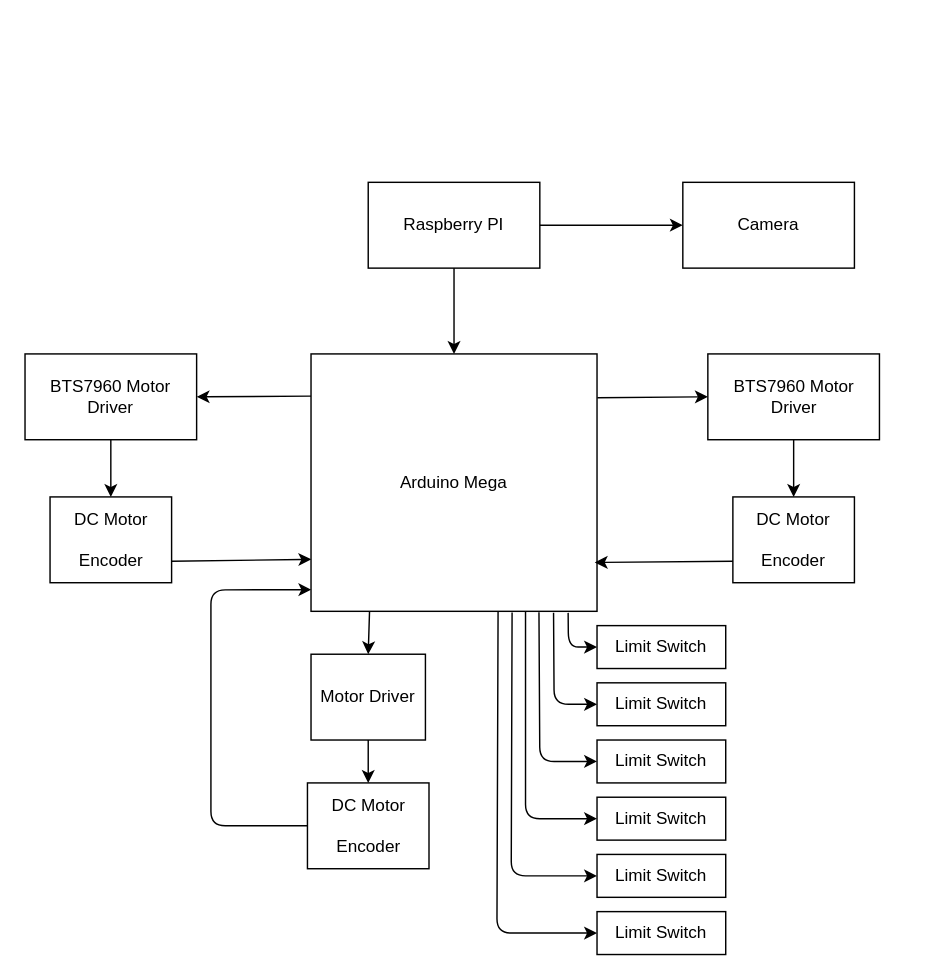
The draw.io diagram Arduino_Mega_Shield/Electric shematic.drawio in JVCDLC/Star-Track, before the edit. Source tidied: cells renumbered, new cells numbered last; positions are measured from the earlier drawing's top-left corner, leaving out a move shared by most shapes. Both pictures are drawn from the tidied source at 143%, with x=0, y=0 at pixel (24, 182).
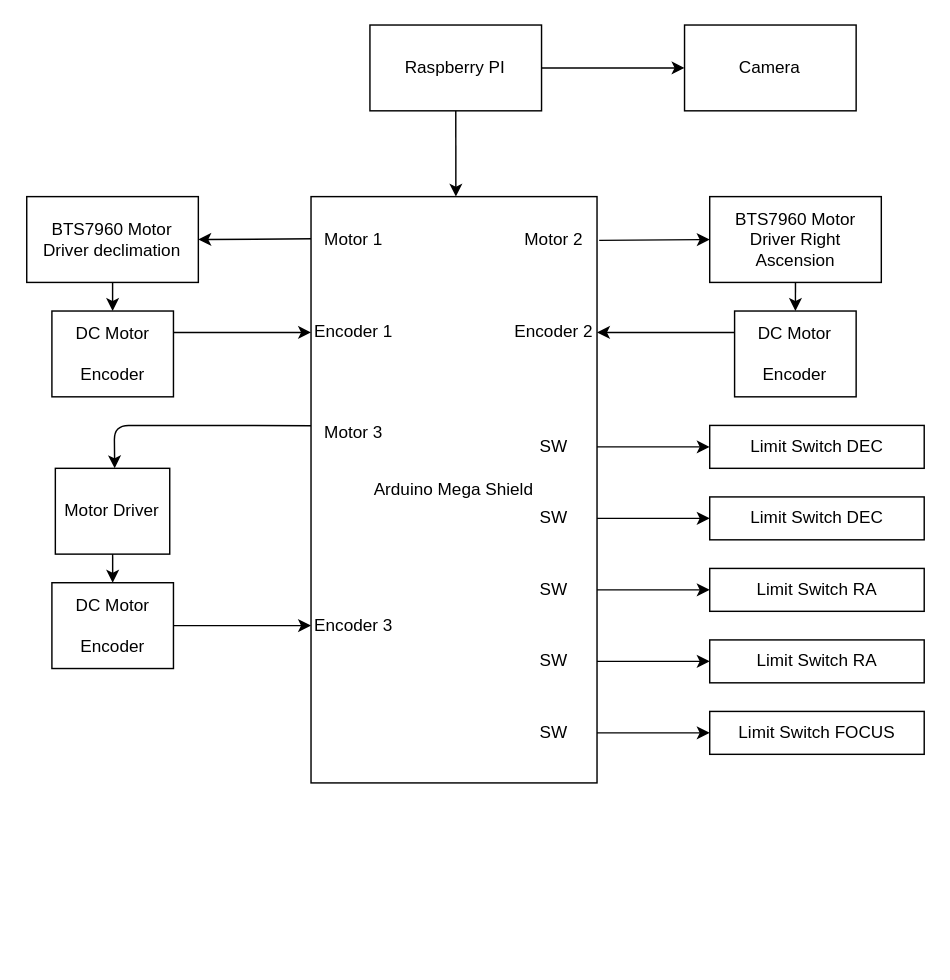
The same diagram, later.

Commit message (it also covers changes not shown here):
Revise draw.io schematic: layout & components

Update Electric shematic.drawio: reorganize component geometry and edges, reposition Raspberry Pi and Camera, rename/expand the Arduino block to "Arduino Mega Shield", specify BTS7960 motor drivers (RA and declination), add DC motors and encoders, add and label multiple limit switches and switch nodes, and refine connector/point positions to improve clarity of the diagram.

Diff of the diagram source:
```diff
@@
-    <mxCell id="3" style="edgeStyle=none;html=1;" parent="1" edge="1" source="4" target="15">
-      <mxGeometry relative="1" as="geometry" />
+    <mxCell id="3" style="edgeStyle=none;html=1;" parent="1" edge="1" source="4">
+      <mxGeometry relative="1" as="geometry">
+        <mxPoint x="301.3" y="10" as="targetPoint" />
+      </mxGeometry>
     </mxCell>
     <mxCell id="4" value="Raspberry PI" style="rounded=0;whiteSpace=wrap;html=1;" parent="1" vertex="1">
-      <mxGeometry x="240" width="120" height="60" as="geometry" />
+      <mxGeometry x="241.2" y="-110" width="120" height="60" as="geometry" />
     </mxCell>
     <mxCell id="5" value="Camera" style="rounded=0;whiteSpace=wrap;html=1;" parent="1" vertex="1">
-      <mxGeometry x="460" width="120" height="60" as="geometry" />
+      <mxGeometry x="461.2" y="-110" width="120" height="60" as="geometry" />
     </mxCell>
-    <mxCell id="6" style="edgeStyle=none;html=1;entryX=1;entryY=0.5;entryDx=0;entryDy=0;exitX=0;exitY=0.164;exitDx=0;exitDy=0;exitPerimeter=0;" parent="1" edge="1" source="15" target="20">
-      <mxGeometry relative="1" as="geometry" />
+    <mxCell id="6" style="edgeStyle=none;html=1;entryX=1;entryY=0.5;entryDx=0;entryDy=0;exitX=0;exitY=0.164;exitDx=0;exitDy=0;exitPerimeter=0;" parent="1" edge="1" target="20">
+      <mxGeometry relative="1" as="geometry">
+        <mxPoint x="201.2" y="39.5" as="sourcePoint" />
+      </mxGeometry>
     </mxCell>
-    <mxCell id="7" style="edgeStyle=none;html=1;entryX=0;entryY=0.5;entryDx=0;entryDy=0;exitX=1.001;exitY=0.17;exitDx=0;exitDy=0;exitPerimeter=0;" parent="1" edge="1" source="15" target="17">
-      <mxGeometry relative="1" as="geometry" />
+    <mxCell id="7" style="edgeStyle=none;html=1;entryX=0;entryY=0.5;entryDx=0;entryDy=0;exitX=1.001;exitY=0.17;exitDx=0;exitDy=0;exitPerimeter=0;" parent="1" edge="1" target="17">
+      <mxGeometry relative="1" as="geometry">
+        <mxPoint x="401.5" y="40.6" as="sourcePoint" />
+      </mxGeometry>
     </mxCell>
-    <mxCell id="8" style="edgeStyle=none;html=1;entryX=0.5;entryY=0;entryDx=0;entryDy=0;exitX=0.205;exitY=0.984;exitDx=0;exitDy=0;exitPerimeter=0;" parent="1" edge="1" source="15" target="24">
-      <mxGeometry relative="1" as="geometry" />
+    <mxCell id="8" style="edgeStyle=none;html=1;entryX=0.5;entryY=0;entryDx=0;entryDy=0;exitX=-0.007;exitY=0.587;exitDx=0;exitDy=0;exitPerimeter=0;" parent="1" edge="1">
+      <mxGeometry relative="1" as="geometry">
+        <mxPoint x="200" y="170.2" as="sourcePoint" />
+        <mxPoint x="62.7" y="200" as="targetPoint" />
+        <Array as="points">
+          <mxPoint x="130" y="170" />
+          <mxPoint x="62.4" y="170" />
+        </Array>
+      </mxGeometry>
     </mxCell>
-    <mxCell id="9" style="edgeStyle=none;html=1;entryX=0;entryY=0.5;entryDx=0;entryDy=0;exitX=0.899;exitY=1.006;exitDx=0;exitDy=0;exitPerimeter=0;" parent="1" edge="1" source="15" target="29">
-      <mxGeometry relative="1" as="geometry">
-        <Array as="points">
-          <mxPoint x="380" y="325" />
-        </Array>
-      </mxGeometry>
-    </mxCell>
-    <mxCell id="10" style="edgeStyle=none;html=1;entryX=0;entryY=0.5;entryDx=0;entryDy=0;exitX=0.848;exitY=1.006;exitDx=0;exitDy=0;exitPerimeter=0;" parent="1" edge="1" source="15" target="28">
-      <mxGeometry relative="1" as="geometry">
-        <Array as="points">
-          <mxPoint x="370" y="365" />
-        </Array>
-      </mxGeometry>
-    </mxCell>
-    <mxCell id="11" style="edgeStyle=none;html=1;entryX=0;entryY=0.5;entryDx=0;entryDy=0;exitX=0.797;exitY=1.004;exitDx=0;exitDy=0;exitPerimeter=0;" parent="1" edge="1" source="15" target="30">
-      <mxGeometry relative="1" as="geometry">
-        <Array as="points">
-          <mxPoint x="360" y="405" />
-        </Array>
-      </mxGeometry>
-    </mxCell>
-    <mxCell id="12" style="edgeStyle=none;html=1;entryX=0;entryY=0.5;entryDx=0;entryDy=0;exitX=0.75;exitY=1;exitDx=0;exitDy=0;" parent="1" edge="1" source="15" target="32">
-      <mxGeometry relative="1" as="geometry">
-        <Array as="points">
-          <mxPoint x="350" y="445" />
-        </Array>
-      </mxGeometry>
-    </mxCell>
-    <mxCell id="13" style="edgeStyle=none;html=1;entryX=0;entryY=0.5;entryDx=0;entryDy=0;exitX=0.703;exitY=1.005;exitDx=0;exitDy=0;exitPerimeter=0;" parent="1" edge="1" source="15" target="31">
-      <mxGeometry relative="1" as="geometry">
-        <Array as="points">
-          <mxPoint x="340" y="485" />
-        </Array>
-      </mxGeometry>
-    </mxCell>
-    <mxCell id="14" style="edgeStyle=none;html=1;entryX=0;entryY=0.5;entryDx=0;entryDy=0;exitX=0.654;exitY=1.003;exitDx=0;exitDy=0;exitPerimeter=0;" parent="1" edge="1" source="15" target="33">
-      <mxGeometry relative="1" as="geometry">
-        <Array as="points">
-          <mxPoint x="330" y="525" />
-        </Array>
-      </mxGeometry>
-    </mxCell>
-    <mxCell id="15" value="Arduino Mega" style="rounded=0;whiteSpace=wrap;html=1;" parent="1" vertex="1">
-      <mxGeometry x="200" y="120" width="200" height="180" as="geometry" />
+    <mxCell id="15" value="Arduino Mega Shield" style="rounded=0;whiteSpace=wrap;html=1;" parent="1" vertex="1">
+      <mxGeometry x="200" y="10" width="200" height="410" as="geometry" />
     </mxCell>
@@
-    <mxCell id="17" value="BTS7960 Motor Driver" style="rounded=0;whiteSpace=wrap;html=1;" parent="1" vertex="1">
-      <mxGeometry x="477.5" y="120" width="120" height="60" as="geometry" />
+    <mxCell id="17" value="BTS7960 Motor Driver Right Ascension" style="rounded=0;whiteSpace=wrap;html=1;" parent="1" vertex="1">
+      <mxGeometry x="478.8" y="10" width="120" height="60" as="geometry" />
     </mxCell>
     <mxCell id="18" value="DC Motor&lt;div&gt;&lt;br&gt;&lt;/div&gt;&lt;div&gt;Encoder&lt;/div&gt;" style="rounded=0;whiteSpace=wrap;html=1;" parent="1" vertex="1">
-      <mxGeometry x="495" y="220" width="85" height="60" as="geometry" />
+      <mxGeometry x="496.2" y="90" width="85" height="60" as="geometry" />
     </mxCell>
@@
-    <mxCell id="20" value="BTS7960 Motor Driver" style="rounded=0;whiteSpace=wrap;html=1;" parent="1" vertex="1">
-      <mxGeometry y="120" width="120" height="60" as="geometry" />
+    <mxCell id="20" value="BTS7960 Motor Driver declimation" style="rounded=0;whiteSpace=wrap;html=1;" parent="1" vertex="1">
+      <mxGeometry x="1.2" y="10" width="120" height="60" as="geometry" />
     </mxCell>
     <mxCell id="21" value="DC Motor&lt;div&gt;&lt;br&gt;&lt;/div&gt;&lt;div&gt;Encoder&lt;/div&gt;" style="rounded=0;whiteSpace=wrap;html=1;" parent="1" vertex="1">
-      <mxGeometry x="17.5" y="220" width="85" height="60" as="geometry" />
+      <mxGeometry x="18.8" y="90" width="85" height="60" as="geometry" />
     </mxCell>
-    <mxCell id="22" style="edgeStyle=none;html=1;entryX=0.001;entryY=0.798;entryDx=0;entryDy=0;entryPerimeter=0;exitX=1;exitY=0.75;exitDx=0;exitDy=0;" parent="1" edge="1" source="21" target="15">
+    <mxCell id="22" style="edgeStyle=none;html=1;entryX=0;entryY=0.5;entryDx=0;entryDy=0;exitX=1;exitY=0.25;exitDx=0;exitDy=0;" parent="1" edge="1" source="21" target="36">
       <mxGeometry relative="1" as="geometry" />
     </mxCell>
-    <mxCell id="23" style="edgeStyle=none;html=1;entryX=0.992;entryY=0.81;entryDx=0;entryDy=0;entryPerimeter=0;exitX=0;exitY=0.75;exitDx=0;exitDy=0;" parent="1" edge="1" source="18" target="15">
+    <mxCell id="23" style="edgeStyle=none;html=1;exitX=0;exitY=0.25;exitDx=0;exitDy=0;" parent="1" edge="1" source="18" target="37">
       <mxGeometry relative="1" as="geometry" />
     </mxCell>
     <mxCell id="24" value="Motor Driver" style="rounded=0;whiteSpace=wrap;html=1;" parent="1" vertex="1">
-      <mxGeometry x="200" y="330" width="80" height="60" as="geometry" />
+      <mxGeometry x="21.2" y="200" width="80" height="60" as="geometry" />
     </mxCell>
+    <mxCell id="34" style="edgeStyle=none;html=1;" parent="1" edge="1" source="25" target="39">
+      <mxGeometry relative="1" as="geometry" />
+    </mxCell>
     <mxCell id="25" value="DC Motor&lt;div&gt;&lt;br&gt;&lt;/div&gt;&lt;div&gt;Encoder&lt;/div&gt;" style="rounded=0;whiteSpace=wrap;html=1;" parent="1" vertex="1">
-      <mxGeometry x="197.5" y="420" width="85" height="60" as="geometry" />
+      <mxGeometry x="18.8" y="280" width="85" height="60" as="geometry" />
     </mxCell>
@@
-    <mxCell id="27" style="edgeStyle=none;html=1;entryX=0.001;entryY=0.916;entryDx=0;entryDy=0;entryPerimeter=0;exitX=0;exitY=0.5;exitDx=0;exitDy=0;" parent="1" edge="1" source="25" target="15">
-      <mxGeometry relative="1" as="geometry">
-        <Array as="points">
-          <mxPoint x="130" y="450" />
-          <mxPoint x="130" y="285" />
-        </Array>
-      </mxGeometry>
-    </mxCell>
-    <mxCell id="28" value="Limit Switch" style="rounded=0;whiteSpace=wrap;html=1;" parent="1" vertex="1">
-      <mxGeometry x="400" y="350" width="90" height="30" as="geometry" />
+    <mxCell id="28" value="Limit Switch DEC" style="rounded=0;whiteSpace=wrap;html=1;" parent="1" vertex="1">
+      <mxGeometry x="478.8" y="220" width="150" height="30" as="geometry" />
     </mxCell>
-    <mxCell id="29" value="Limit Switch" style="rounded=0;whiteSpace=wrap;html=1;" parent="1" vertex="1">
-      <mxGeometry x="400" y="310" width="90" height="30" as="geometry" />
+    <mxCell id="29" value="Limit Switch DEC" style="rounded=0;whiteSpace=wrap;html=1;" parent="1" vertex="1">
+      <mxGeometry x="478.8" y="170" width="150" height="30" as="geometry" />
     </mxCell>
-    <mxCell id="30" value="Limit Switch" style="rounded=0;whiteSpace=wrap;html=1;" parent="1" vertex="1">
-      <mxGeometry x="400" y="390" width="90" height="30" as="geometry" />
+    <mxCell id="30" value="Limit Switch RA" style="rounded=0;whiteSpace=wrap;html=1;" parent="1" vertex="1">
+      <mxGeometry x="478.8" y="270" width="150" height="30" as="geometry" />
     </mxCell>
-    <mxCell id="31" value="Limit Switch" style="rounded=0;whiteSpace=wrap;html=1;" parent="1" vertex="1">
-      <mxGeometry x="400" y="470" width="90" height="30" as="geometry" />
+    <mxCell id="31" value="Limit Switch FOCUS" style="rounded=0;whiteSpace=wrap;html=1;" parent="1" vertex="1">
+      <mxGeometry x="478.8" y="370" width="150" height="30" as="geometry" />
     </mxCell>
-    <mxCell id="32" value="Limit Switch" style="rounded=0;whiteSpace=wrap;html=1;" parent="1" vertex="1">
-      <mxGeometry x="400" y="430" width="90" height="30" as="geometry" />
+    <mxCell id="32" value="Limit Switch RA" style="rounded=0;whiteSpace=wrap;html=1;" parent="1" vertex="1">
+      <mxGeometry x="478.8" y="320" width="150" height="30" as="geometry" />
     </mxCell>
-    <mxCell id="33" value="Limit Switch" style="rounded=0;whiteSpace=wrap;html=1;" parent="1" vertex="1">
-      <mxGeometry x="400" y="510" width="90" height="30" as="geometry" />
-    </mxCell>
+    <mxCell id="14" value="Motor 1" style="text;html=1;align=center;verticalAlign=middle;whiteSpace=wrap;rounded=0;" parent="1" vertex="1">
+      <mxGeometry x="200" y="25" width="60" height="30" as="geometry" />
+    </mxCell>
+    <mxCell id="35" value="Motor 2" style="text;html=1;align=center;verticalAlign=middle;whiteSpace=wrap;rounded=0;" parent="1" vertex="1">
+      <mxGeometry x="340" y="25" width="60" height="30" as="geometry" />
+    </mxCell>
+    <mxCell id="36" value="Encoder 1" style="text;html=1;align=center;verticalAlign=middle;whiteSpace=wrap;rounded=0;" parent="1" vertex="1">
+      <mxGeometry x="200" y="90" width="60" height="30" as="geometry" />
+    </mxCell>
+    <mxCell id="37" value="Encoder 2" style="text;html=1;align=center;verticalAlign=middle;whiteSpace=wrap;rounded=0;" parent="1" vertex="1">
+      <mxGeometry x="340" y="90" width="60" height="30" as="geometry" />
+    </mxCell>
+    <mxCell id="38" value="Motor 3" style="text;html=1;align=center;verticalAlign=middle;whiteSpace=wrap;rounded=0;" parent="1" vertex="1">
+      <mxGeometry x="200" y="160" width="60" height="30" as="geometry" />
+    </mxCell>
+    <mxCell id="39" value="Encoder 3" style="text;html=1;align=center;verticalAlign=middle;whiteSpace=wrap;rounded=0;" parent="1" vertex="1">
+      <mxGeometry x="200" y="295" width="60" height="30" as="geometry" />
+    </mxCell>
+    <mxCell id="40" style="edgeStyle=none;html=1;entryX=0;entryY=0.5;entryDx=0;entryDy=0;" parent="1" edge="1" source="41" target="29">
+      <mxGeometry relative="1" as="geometry" />
+    </mxCell>
+    <mxCell id="41" value="SW" style="text;html=1;align=center;verticalAlign=middle;whiteSpace=wrap;rounded=0;" parent="1" vertex="1">
+      <mxGeometry x="340" y="170" width="60" height="30" as="geometry" />
+    </mxCell>
+    <mxCell id="42" style="edgeStyle=none;html=1;entryX=0;entryY=0.5;entryDx=0;entryDy=0;" parent="1" edge="1" source="43" target="28">
+      <mxGeometry relative="1" as="geometry" />
+    </mxCell>
+    <mxCell id="43" value="SW" style="text;html=1;align=center;verticalAlign=middle;whiteSpace=wrap;rounded=0;" parent="1" vertex="1">
+      <mxGeometry x="340" y="220" width="60" height="30" as="geometry" />
+    </mxCell>
+    <mxCell id="44" value="SW" style="text;html=1;align=center;verticalAlign=middle;whiteSpace=wrap;rounded=0;" parent="1" vertex="1">
+      <mxGeometry x="340" y="270" width="60" height="30" as="geometry" />
+    </mxCell>
+    <mxCell id="45" style="edgeStyle=none;html=1;" parent="1" edge="1" source="44" target="30">
+      <mxGeometry relative="1" as="geometry" />
+    </mxCell>
+    <mxCell id="46" style="edgeStyle=none;html=1;" parent="1" edge="1" source="47" target="32">
+      <mxGeometry relative="1" as="geometry" />
+    </mxCell>
+    <mxCell id="47" value="SW" style="text;html=1;align=center;verticalAlign=middle;whiteSpace=wrap;rounded=0;" parent="1" vertex="1">
+      <mxGeometry x="340" y="320" width="60" height="30" as="geometry" />
+    </mxCell>
+    <mxCell id="48" style="edgeStyle=none;html=1;" parent="1" edge="1" source="49" target="31">
+      <mxGeometry relative="1" as="geometry" />
+    </mxCell>
+    <mxCell id="49" value="SW" style="text;html=1;align=center;verticalAlign=middle;whiteSpace=wrap;rounded=0;" parent="1" vertex="1">
+      <mxGeometry x="340" y="370" width="60" height="30" as="geometry" />
+    </mxCell>
```
